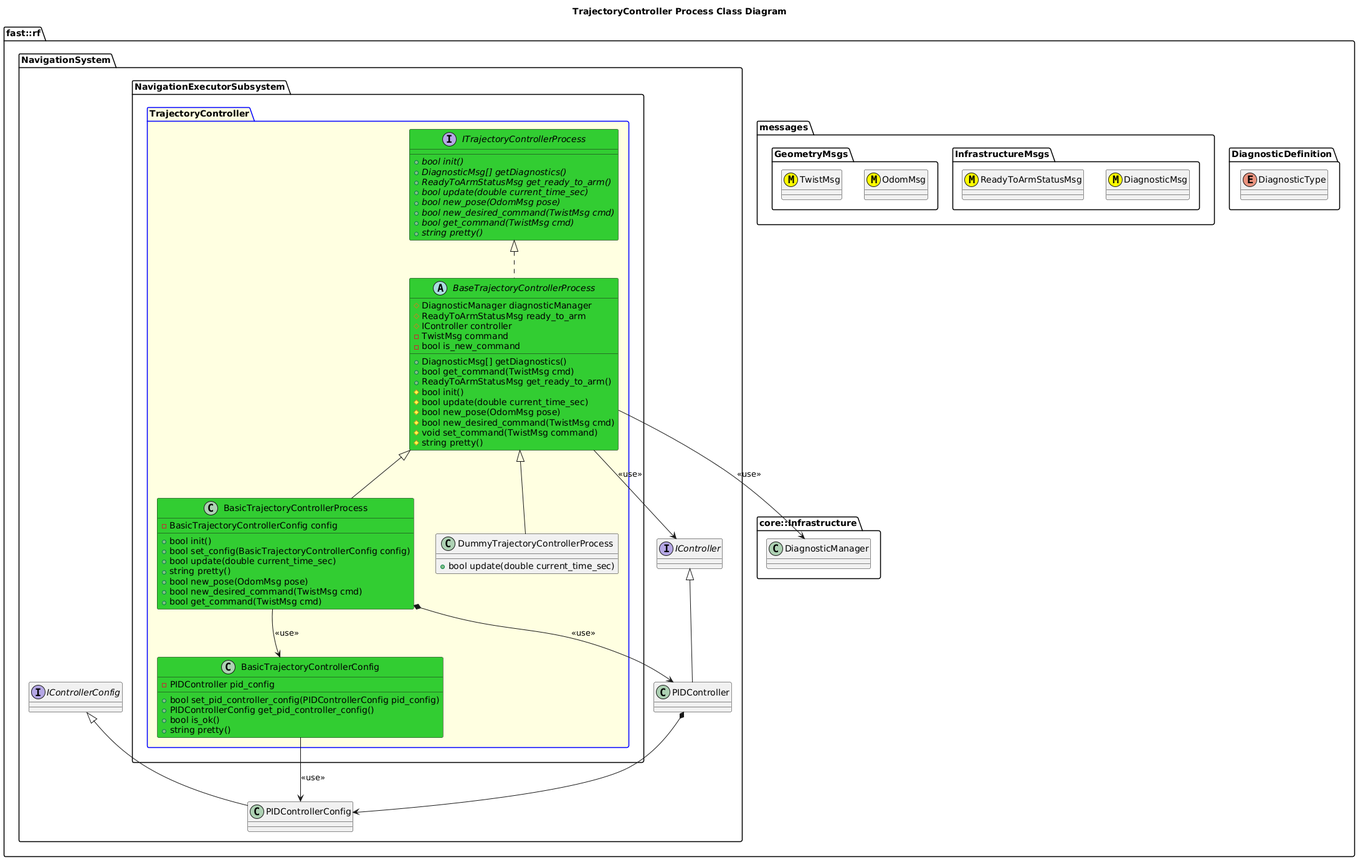
Earlier version of the PlantUML export Systems/Navigation/Subsystems/NavigationExecutor/Processes/TrajectoryController/doc/puml/TrajectoryControllerProcessClassDiagram.png (fastrobotics/robot_framework).
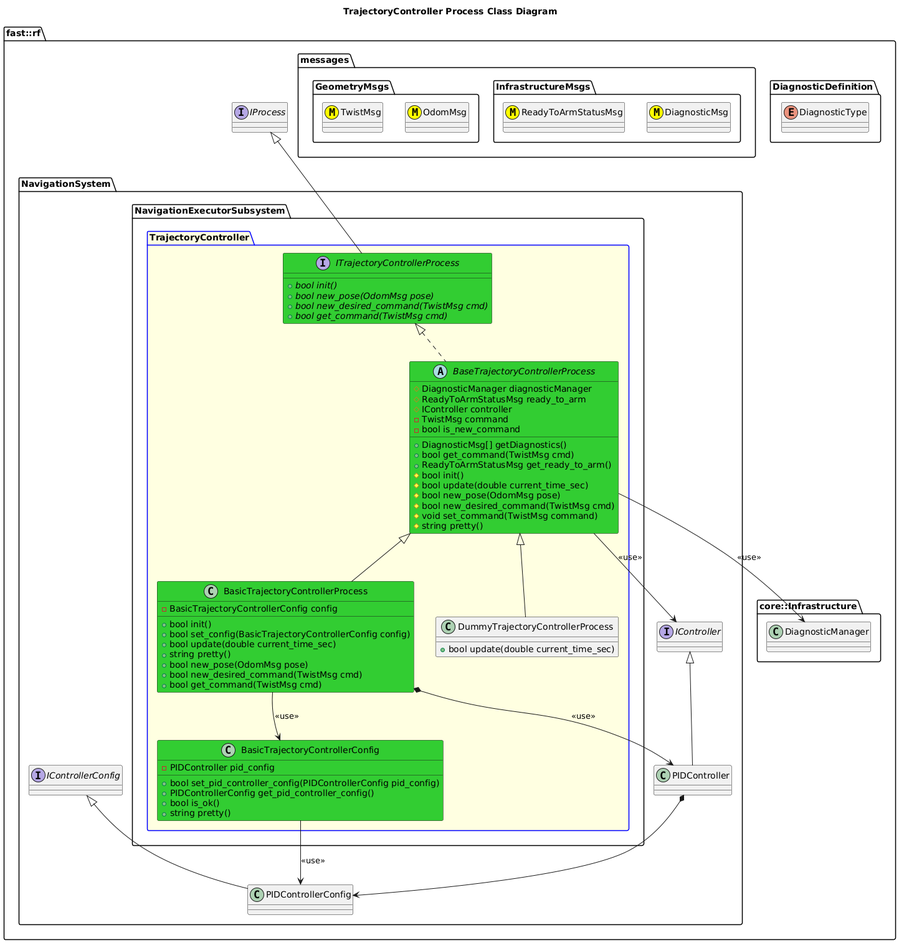
After the change.

What changed in the source:
```diff
@@ -18,6 +18,7 @@
   namespace core::Infrastructure {
     class DiagnosticManager
   }
+  interface IProcess
   namespace NavigationSystem {
     interface IController
     interface IControllerConfig
@@ -31,14 +32,11 @@
       package TrajectoryController #LightYellow;line:blue {
         interface ITrajectoryControllerProcess #LimeGreen  {
           +{abstract} bool init()
-          +{abstract} DiagnosticMsg[] getDiagnostics()
-          +{abstract} ReadyToArmStatusMsg get_ready_to_arm()
-          +{abstract} bool update(double current_time_sec)
           +{abstract} bool new_pose(OdomMsg pose)
           +{abstract} bool new_desired_command(TwistMsg cmd)
           +{abstract} bool get_command(TwistMsg cmd)
-          +{abstract} string pretty()
         }
+        ITrajectoryControllerProcess -up-|> IProcess
         abstract BaseTrajectoryControllerProcess #LimeGreen {
           +DiagnosticMsg[] getDiagnostics()
           +bool get_command(TwistMsg cmd)
```
